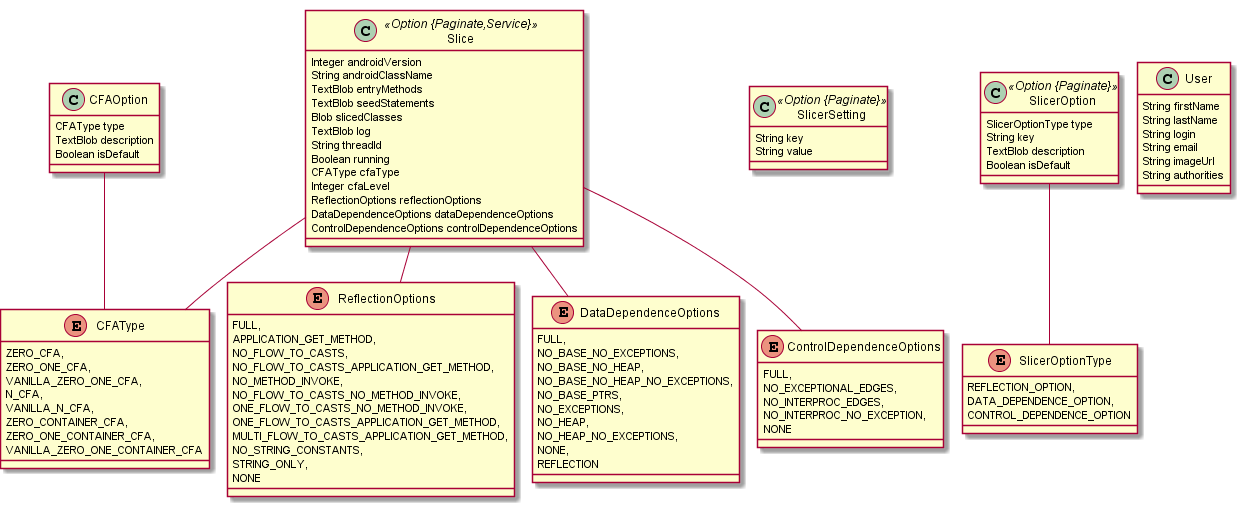
Earlier version of the PlantUML export AndroidSlicer.png (BitFlipp3r/AndroidSlicer).
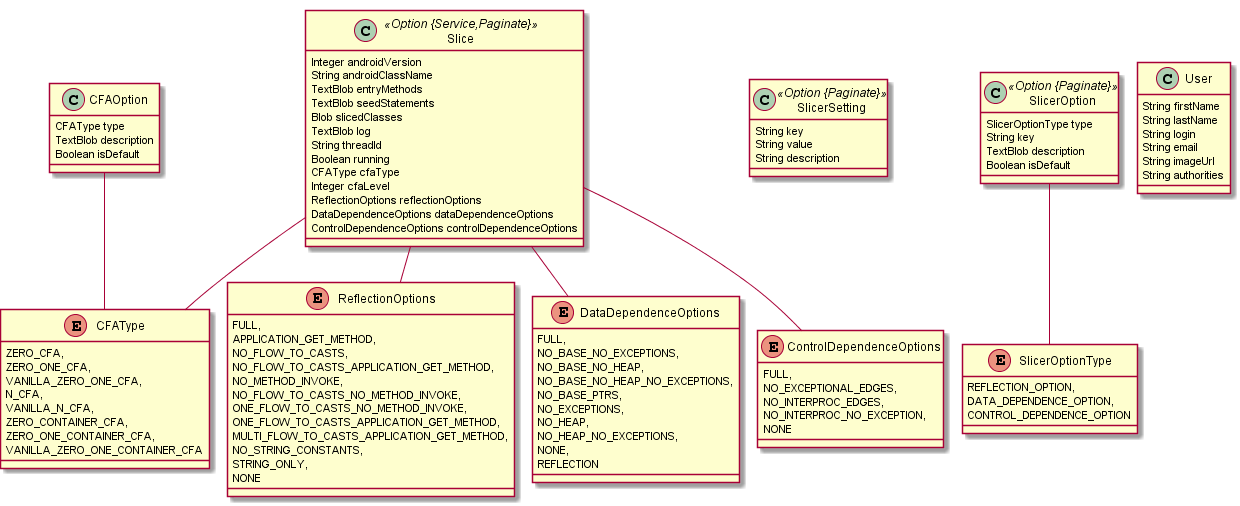
The same diagram one commit later.

Diff of the diagram source:
```diff
@@ -1,7 +1,7 @@
 @startuml
 	!pragma graphviz_dot jdot
 	!pragma syntax class
-	class Slice <<Option {Paginate,Service}>> {
+	class Slice <<Option {Service,Paginate}>> {
 		Integer androidVersion
 		String androidClassName
 		TextBlob entryMethods
@@ -23,6 +23,7 @@
 	class SlicerSetting <<Option {Paginate}>> {
 		String key
 		String value
+		String description
 	}
 	class CFAOption  {
 		CFAType type
```
